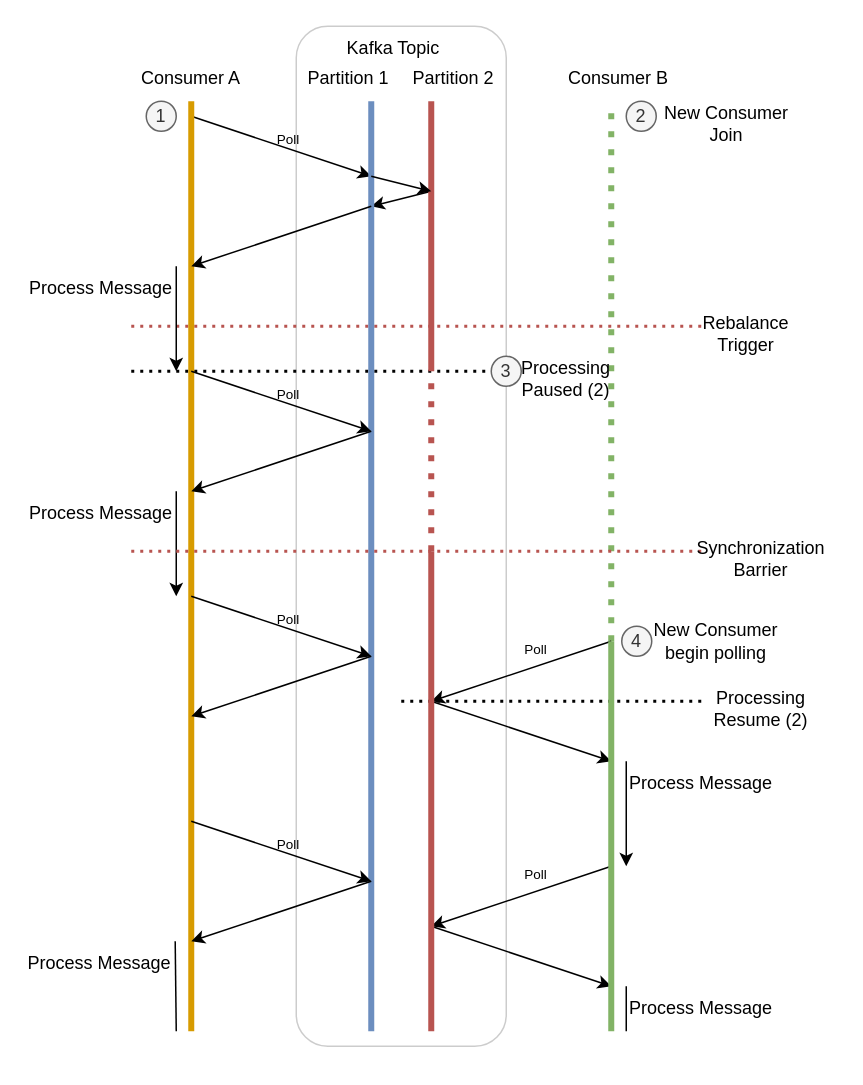
The draw.io diagram drawio/kafka/kafka-rebalancing-protocol-2.drawio in windowforsun/blog, before the edit. Source tidied: cells renumbered, new cells numbered last; positions are measured from the earlier drawing's top-left corner, leaving out a move shared by most shapes. Both pictures are drawn from the tidied source at 150%, with x=0, y=0 at pixel (24, 26).
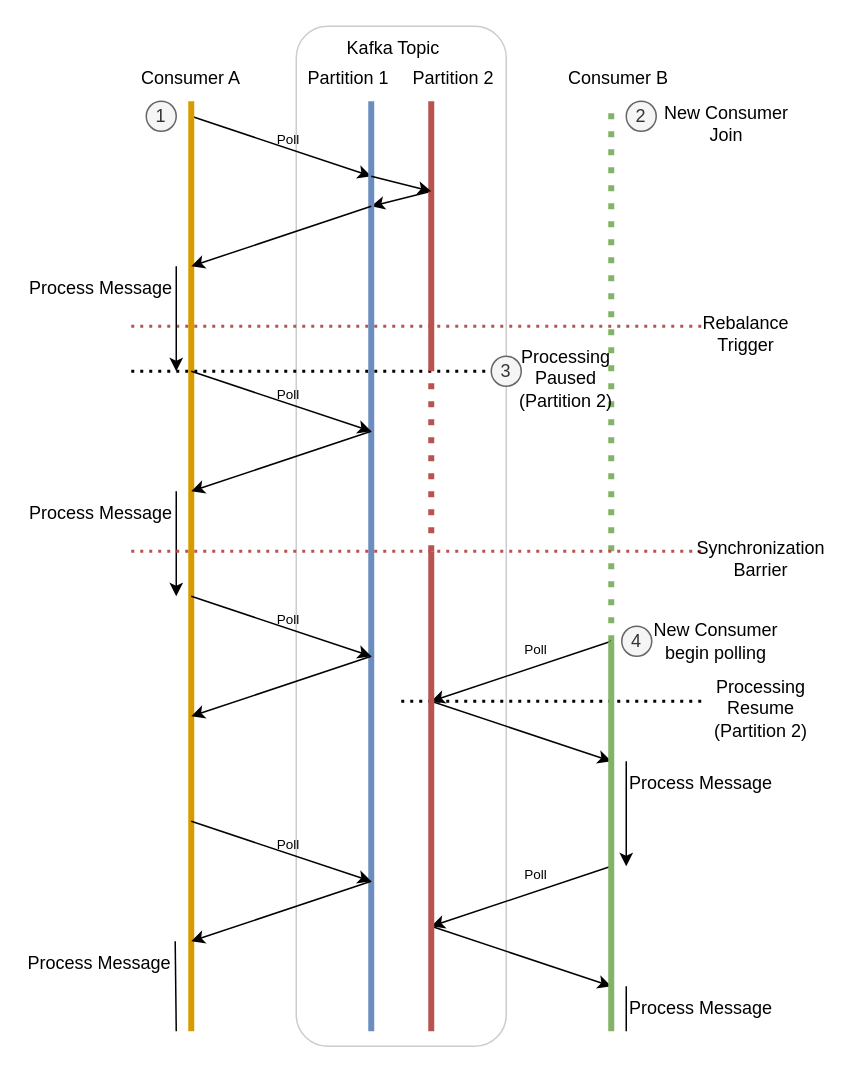
Above is the later version.

What changed in the source:
```diff
@@
-    <mxCell id="23" value="Processing Paused (2)" style="text;html=1;strokeColor=none;fillColor=none;align=center;verticalAlign=middle;whiteSpace=wrap;rounded=0;" parent="1" vertex="1">
+    <mxCell id="23" value="Processing Paused&lt;br&gt;(Partition 2)" style="text;html=1;strokeColor=none;fillColor=none;align=center;verticalAlign=middle;whiteSpace=wrap;rounded=0;" parent="1" vertex="1">
       <mxGeometry x="311" y="220" width="100" height="30" as="geometry" />
     </mxCell>
@@
-    <mxCell id="38" value="Processing Resume (2)" style="text;html=1;strokeColor=none;fillColor=none;align=center;verticalAlign=middle;whiteSpace=wrap;rounded=0;" parent="1" vertex="1">
+    <mxCell id="38" value="Processing Resume&lt;br&gt;(Partition 2)" style="text;html=1;strokeColor=none;fillColor=none;align=center;verticalAlign=middle;whiteSpace=wrap;rounded=0;" parent="1" vertex="1">
       <mxGeometry x="441" y="440" width="100" height="30" as="geometry" />
     </mxCell>
```
